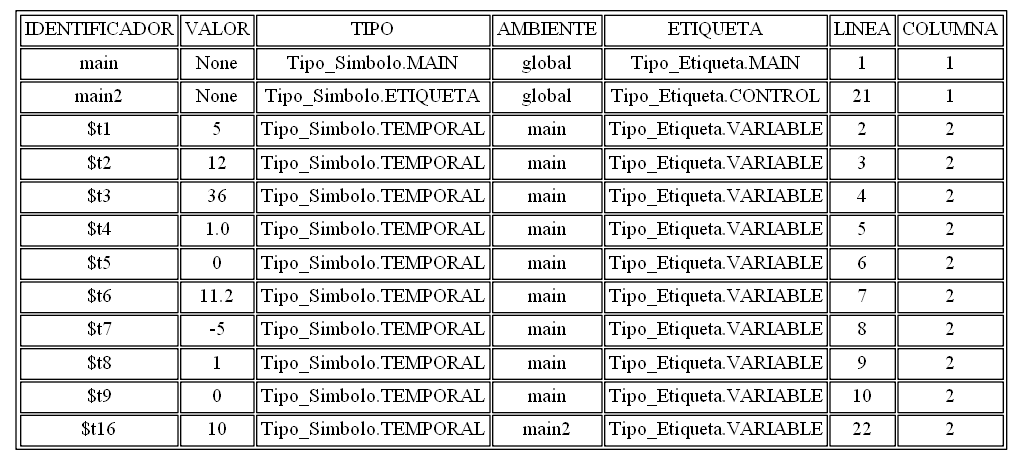
This is tablasimbolos.png from AndreeAvalos/OLC2-AUGUS, a Graphviz export, as it was before one commit. Its source is kept beside it as tablasimbolos.dot.
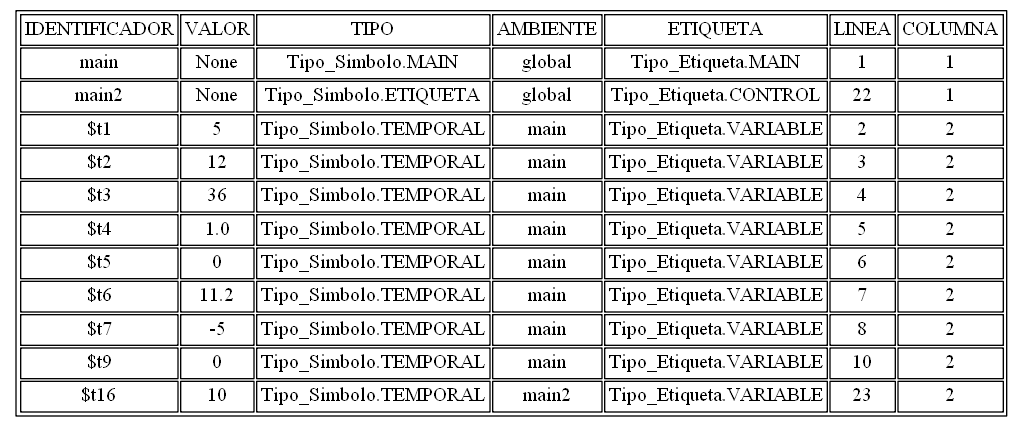
Later version of the same file.

The edit, as a diff of the source:
```diff
@@ -4,7 +4,7 @@
 arset [label=<<TABLE ALIGN="LEFT">
 <TR><TD>IDENTIFICADOR</TD><TD>VALOR</TD><TD>TIPO</TD><TD>AMBIENTE</TD><TD>ETIQUETA</TD><TD>LINEA</TD><TD>COLUMNA</TD></TR>
 <TR><TD>main</TD><TD>None</TD><TD>Tipo_Simbolo.MAIN</TD><TD>global</TD><TD>Tipo_Etiqueta.MAIN</TD><TD>1</TD><TD>1</TD></TR>
-<TR><TD>main2</TD><TD>None</TD><TD>Tipo_Simbolo.ETIQUETA</TD><TD>global</TD><TD>Tipo_Etiqueta.CONTROL</TD><TD>21</TD><TD>1</TD></TR>
+<TR><TD>main2</TD><TD>None</TD><TD>Tipo_Simbolo.ETIQUETA</TD><TD>global</TD><TD>Tipo_Etiqueta.CONTROL</TD><TD>22</TD><TD>1</TD></TR>
 <TR><TD>$t1</TD><TD>5</TD><TD>Tipo_Simbolo.TEMPORAL</TD><TD>main</TD><TD>Tipo_Etiqueta.VARIABLE</TD><TD>2</TD><TD>2</TD></TR>
 <TR><TD>$t2</TD><TD>12</TD><TD>Tipo_Simbolo.TEMPORAL</TD><TD>main</TD><TD>Tipo_Etiqueta.VARIABLE</TD><TD>3</TD><TD>2</TD></TR>
 <TR><TD>$t3</TD><TD>36</TD><TD>Tipo_Simbolo.TEMPORAL</TD><TD>main</TD><TD>Tipo_Etiqueta.VARIABLE</TD><TD>4</TD><TD>2</TD></TR>
@@ -12,9 +12,8 @@
 <TR><TD>$t5</TD><TD>0</TD><TD>Tipo_Simbolo.TEMPORAL</TD><TD>main</TD><TD>Tipo_Etiqueta.VARIABLE</TD><TD>6</TD><TD>2</TD></TR>
 <TR><TD>$t6</TD><TD>11.2</TD><TD>Tipo_Simbolo.TEMPORAL</TD><TD>main</TD><TD>Tipo_Etiqueta.VARIABLE</TD><TD>7</TD><TD>2</TD></TR>
 <TR><TD>$t7</TD><TD>-5</TD><TD>Tipo_Simbolo.TEMPORAL</TD><TD>main</TD><TD>Tipo_Etiqueta.VARIABLE</TD><TD>8</TD><TD>2</TD></TR>
-<TR><TD>$t8</TD><TD>1</TD><TD>Tipo_Simbolo.TEMPORAL</TD><TD>main</TD><TD>Tipo_Etiqueta.VARIABLE</TD><TD>9</TD><TD>2</TD></TR>
 <TR><TD>$t9</TD><TD>0</TD><TD>Tipo_Simbolo.TEMPORAL</TD><TD>main</TD><TD>Tipo_Etiqueta.VARIABLE</TD><TD>10</TD><TD>2</TD></TR>
-<TR><TD>$t16</TD><TD>10</TD><TD>Tipo_Simbolo.TEMPORAL</TD><TD>main2</TD><TD>Tipo_Etiqueta.VARIABLE</TD><TD>22</TD><TD>2</TD></TR>
+<TR><TD>$t16</TD><TD>10</TD><TD>Tipo_Simbolo.TEMPORAL</TD><TD>main2</TD><TD>Tipo_Etiqueta.VARIABLE</TD><TD>23</TD><TD>2</TD></TR>
 </TABLE>
 >, ];
 }
```
